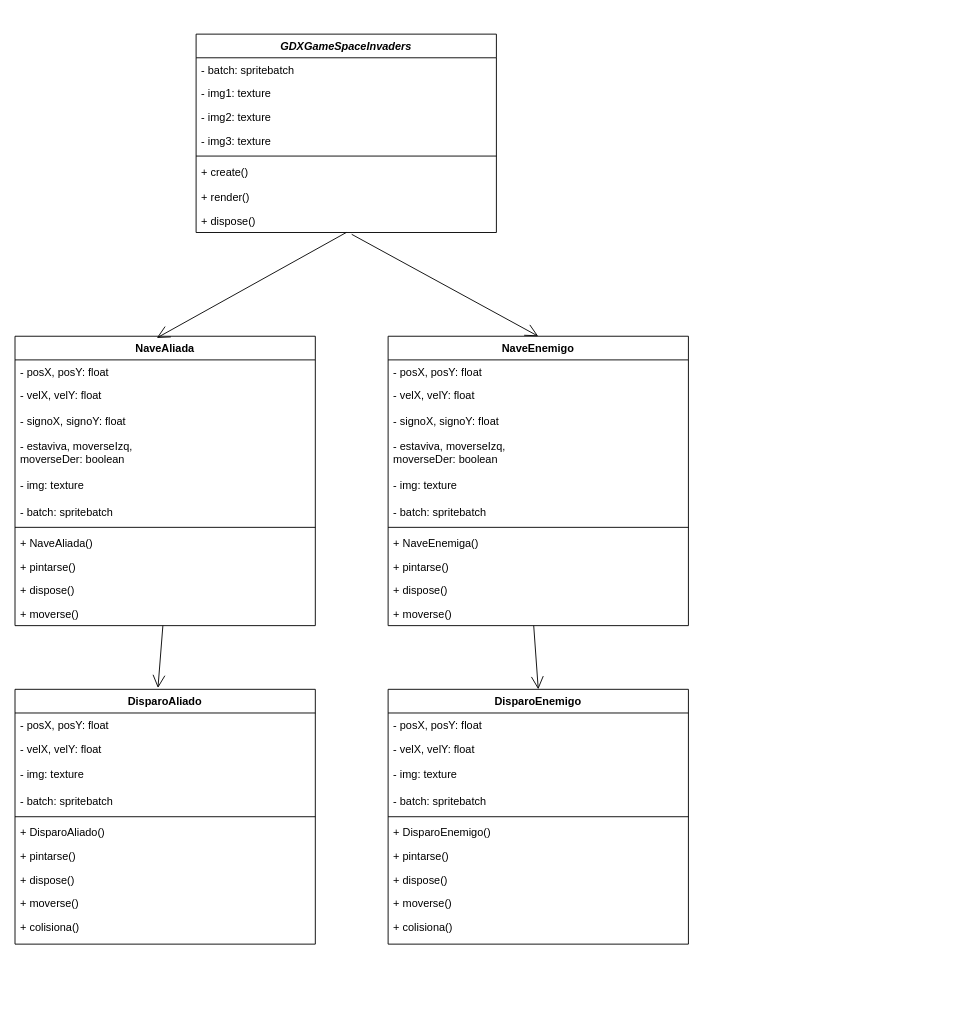
Above: Diagramas/DiagramaClasesSpaceInvaders.drawio in FranBuenoBerlanga/SpaceInvadersSCRUM (draw.io), before the change. Source tidied: cells renumbered, new cells numbered last; positions are measured from the earlier drawing's top-left corner, leaving out a move shared by most shapes. Both pictures are drawn from the tidied source at 91%, with x=0, y=0 at pixel (15, 34).
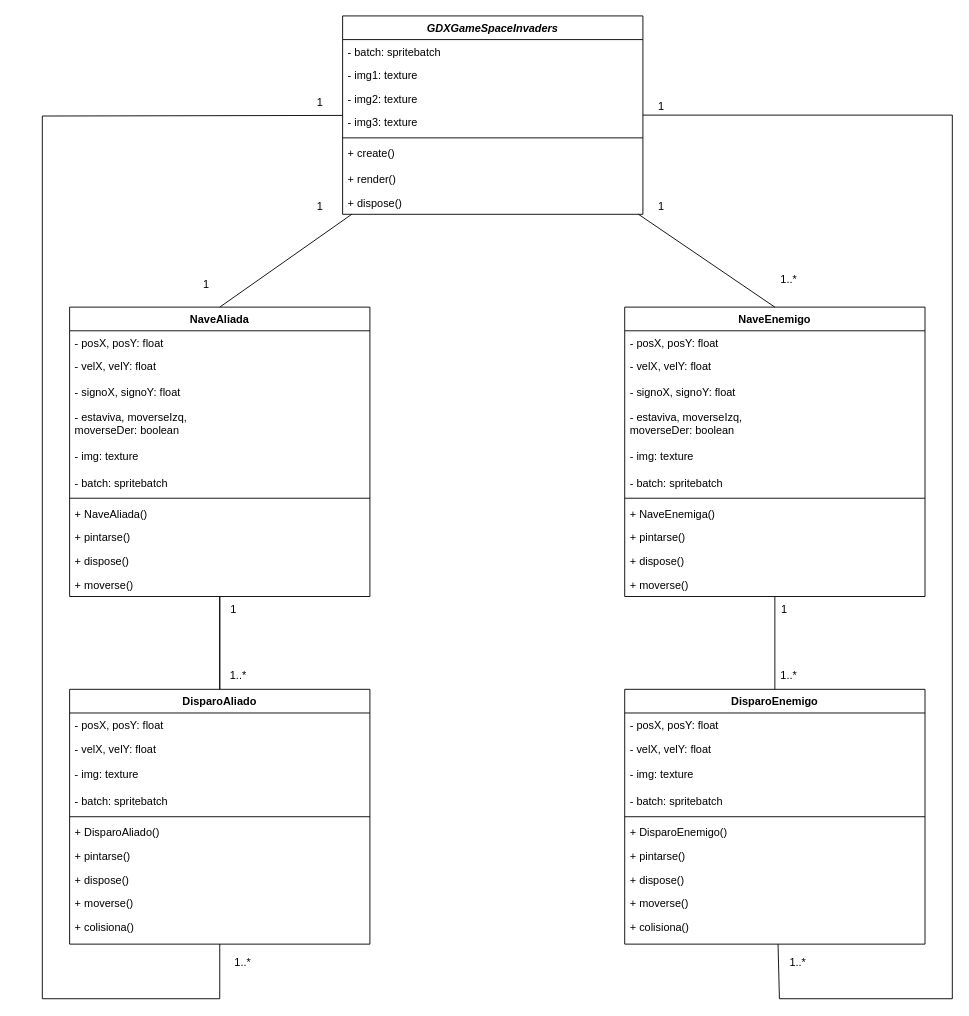
After the change.

Commit message (it also covers changes not shown here):
Diagramas de Clases y de Objetos de SpaceInvaders corregidos

The edit, as a diff of the source:
```diff
@@
     <mxCell id="2" value="GDXGameSpaceInvaders" style="swimlane;fontStyle=3;align=center;verticalAlign=top;horizontal=1;startSize=26;rounded=0;shadow=0;strokeWidth=1;" parent="1" vertex="1">
-      <mxGeometry x="199" width="330" height="218" as="geometry" />
+      <mxGeometry x="360" y="-20" width="330" height="218" as="geometry" />
     </mxCell>
@@
     <mxCell id="11" value="NaveAliada" style="swimlane;fontStyle=1;align=center;verticalAlign=top;horizontal=1;startSize=26;rounded=0;shadow=0;strokeWidth=1;" parent="1" vertex="1">
-      <mxGeometry y="332" width="330" height="318" as="geometry" />
+      <mxGeometry x="60" y="300" width="330" height="318" as="geometry" />
     </mxCell>
@@
-    <mxCell id="23" value="NaveEnemigo" style="swimlane;fontStyle=1;align=center;verticalAlign=top;horizontal=1;startSize=26;rounded=0;shadow=0;strokeWidth=1;" parent="1" vertex="1">
-      <mxGeometry x="410" y="332" width="330" height="318" as="geometry" />
+    <mxCell id="23" value="NaveEnemigo" style="swimlane;fontStyle=1;align=center;verticalAlign=top;horizontal=1;startSize=26;rounded=0;shadow=0;strokeWidth=1;flipH=1;" parent="1" vertex="1">
+      <mxGeometry x="670" y="300" width="330" height="318" as="geometry" />
     </mxCell>
@@
     <mxCell id="35" value="DisparoAliado" style="swimlane;fontStyle=1;align=center;verticalAlign=top;horizontal=1;startSize=26;rounded=0;shadow=0;strokeWidth=1;" parent="1" vertex="1">
-      <mxGeometry y="720" width="330" height="280" as="geometry" />
+      <mxGeometry x="60" y="720" width="330" height="280" as="geometry" />
     </mxCell>
@@
     <mxCell id="46" value="DisparoEnemigo" style="swimlane;fontStyle=1;align=center;verticalAlign=top;horizontal=1;startSize=26;rounded=0;shadow=0;strokeWidth=1;" parent="1" vertex="1">
-      <mxGeometry x="410" y="720" width="330" height="280" as="geometry" />
+      <mxGeometry x="670" y="720" width="330" height="280" as="geometry" />
     </mxCell>
@@
-    <mxCell id="57" style="endArrow=open;endFill=1;endSize=12;html=1;rounded=0;entryX=0.5;entryY=0;entryDx=0;entryDy=0;" parent="1" edge="1" target="23">
-      <mxGeometry relative="1" as="geometry">
-        <mxPoint x="370" y="220" as="sourcePoint" />
-        <Array as="points">
-          <mxPoint x="370" y="220" />
-        </Array>
-      </mxGeometry>
-    </mxCell>
-    <mxCell id="58" style="endArrow=open;endFill=1;endSize=12;html=1;rounded=0;entryX=0.472;entryY=0.006;entryDx=0;entryDy=0;entryPerimeter=0;" parent="1" edge="1" target="11">
-      <mxGeometry relative="1" as="geometry">
-        <mxPoint x="364" y="218" as="sourcePoint" />
-        <Array as="points">
-          <mxPoint x="364" y="218" />
-        </Array>
-      </mxGeometry>
-    </mxCell>
-    <mxCell id="59" style="endArrow=open;endFill=1;endSize=12;html=1;rounded=0;entryX=0.5;entryY=0;entryDx=0;entryDy=0;" parent="1" edge="1" target="46">
-      <mxGeometry relative="1" as="geometry">
-        <mxPoint x="570" y="650" as="sourcePoint" />
-        <Array as="points">
-          <mxPoint x="570" y="650" />
-        </Array>
-      </mxGeometry>
-    </mxCell>
-    <mxCell id="60" style="endArrow=open;endFill=1;endSize=12;html=1;rounded=0;entryX=0.476;entryY=-0.005;entryDx=0;entryDy=0;entryPerimeter=0;" parent="1" edge="1" target="35">
-      <mxGeometry relative="1" as="geometry">
-        <mxPoint x="162.5" y="650" as="sourcePoint" />
-        <Array as="points">
-          <mxPoint x="162.5" y="650" />
-        </Array>
-      </mxGeometry>
-    </mxCell>
+    <mxCell id="61" style="endArrow=none;html=1;rounded=0;exitX=0.5;exitY=0;exitDx=0;exitDy=0;" parent="1" edge="1" source="35" target="11">
+      <mxGeometry relative="1" as="geometry" />
+    </mxCell>
+    <mxCell id="62" value="1..*" style="text;html=1;align=center;verticalAlign=middle;strokeColor=none;fillColor=none;" parent="1" vertex="1">
+      <mxGeometry x="225" y="690" width="40" height="30" as="geometry" />
+    </mxCell>
+    <mxCell id="63" value="1" style="text;html=1;align=center;verticalAlign=middle;strokeColor=none;fillColor=none;" parent="1" vertex="1">
+      <mxGeometry x="225" y="618" width="30" height="30" as="geometry" />
+    </mxCell>
+    <mxCell id="64" style="endArrow=none;html=1;rounded=0;exitX=0.5;exitY=0;exitDx=0;exitDy=0;" parent="1" edge="1" source="11" target="2">
+      <mxGeometry relative="1" as="geometry" />
+    </mxCell>
+    <mxCell id="65" value="1" style="text;html=1;align=center;verticalAlign=middle;strokeColor=none;fillColor=none;" parent="1" vertex="1">
+      <mxGeometry x="195" y="260" width="30" height="30" as="geometry" />
+    </mxCell>
+    <mxCell id="66" style="endArrow=none;html=1;rounded=0;exitX=0.5;exitY=0;exitDx=0;exitDy=0;" parent="1" edge="1" source="23" target="2">
+      <mxGeometry relative="1" as="geometry" />
+    </mxCell>
+    <mxCell id="67" value="1..*" style="text;html=1;align=center;verticalAlign=middle;strokeColor=none;fillColor=none;" parent="1" vertex="1">
+      <mxGeometry x="830" y="255" width="40" height="30" as="geometry" />
+    </mxCell>
+    <mxCell id="68" style="endArrow=none;html=1;rounded=0;exitX=0.5;exitY=0;exitDx=0;exitDy=0;" parent="1" edge="1">
+      <mxGeometry relative="1" as="geometry">
+        <mxPoint x="225" y="720" as="sourcePoint" />
+        <mxPoint x="225" y="618" as="targetPoint" />
+      </mxGeometry>
+    </mxCell>
+    <mxCell id="69" style="endArrow=none;html=1;rounded=0;exitX=0.5;exitY=0;exitDx=0;exitDy=0;" parent="1" edge="1" source="46" target="23">
+      <mxGeometry relative="1" as="geometry" />
+    </mxCell>
+    <mxCell id="70" value="1..*" style="text;html=1;align=center;verticalAlign=middle;strokeColor=none;fillColor=none;" parent="1" vertex="1">
+      <mxGeometry x="830" y="690" width="40" height="30" as="geometry" />
+    </mxCell>
+    <mxCell id="71" value="1" style="text;html=1;align=center;verticalAlign=middle;strokeColor=none;fillColor=none;" parent="1" vertex="1">
+      <mxGeometry x="830" y="618" width="30" height="30" as="geometry" />
+    </mxCell>
+    <mxCell id="72" style="endArrow=none;html=1;rounded=0;exitX=0.5;exitY=1;exitDx=0;exitDy=0;" parent="1" edge="1" source="35" target="2">
+      <mxGeometry relative="1" as="geometry">
+        <Array as="points">
+          <mxPoint x="225" y="1060" />
+          <mxPoint x="30" y="1060" />
+          <mxPoint x="30" y="90" />
+        </Array>
+      </mxGeometry>
+    </mxCell>
+    <mxCell id="73" style="endArrow=none;html=1;rounded=0;" parent="1" edge="1" source="2" target="46">
+      <mxGeometry relative="1" as="geometry">
+        <Array as="points">
+          <mxPoint x="1030" y="89" />
+          <mxPoint x="1030" y="1060" />
+          <mxPoint x="840" y="1060" />
+        </Array>
+      </mxGeometry>
+    </mxCell>
+    <mxCell id="74" value="1..*" style="text;html=1;align=center;verticalAlign=middle;strokeColor=none;fillColor=none;" parent="1" vertex="1">
+      <mxGeometry x="230" y="1005" width="40" height="30" as="geometry" />
+    </mxCell>
+    <mxCell id="75" value="1..*" style="text;html=1;align=center;verticalAlign=middle;strokeColor=none;fillColor=none;" parent="1" vertex="1">
+      <mxGeometry x="840" y="1005" width="40" height="30" as="geometry" />
+    </mxCell>
+    <mxCell id="76" value="1" style="text;html=1;align=center;verticalAlign=middle;strokeColor=none;fillColor=none;" parent="1" vertex="1">
+      <mxGeometry x="695" y="65" width="30" height="30" as="geometry" />
+    </mxCell>
+    <mxCell id="77" value="1" style="text;html=1;align=center;verticalAlign=middle;strokeColor=none;fillColor=none;" parent="1" vertex="1">
+      <mxGeometry x="320" y="60" width="30" height="30" as="geometry" />
+    </mxCell>
+    <mxCell id="78" value="1" style="text;html=1;align=center;verticalAlign=middle;strokeColor=none;fillColor=none;" parent="1" vertex="1">
+      <mxGeometry x="320" y="175" width="30" height="30" as="geometry" />
+    </mxCell>
+    <mxCell id="79" value="1" style="text;html=1;align=center;verticalAlign=middle;strokeColor=none;fillColor=none;" parent="1" vertex="1">
+      <mxGeometry x="695" y="175" width="30" height="30" as="geometry" />
+    </mxCell>
```
